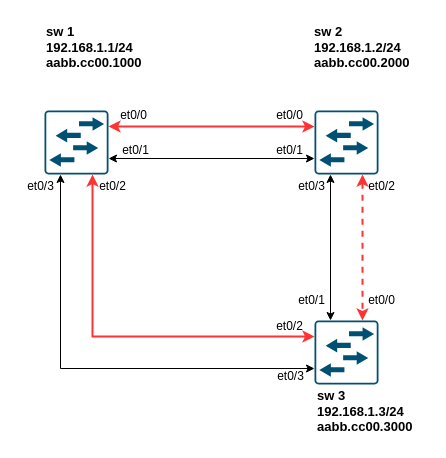
bashkirov83/otus-gitnetwork keeps this draw.io diagram as lab001_stp/schemes/lab001-stp.drawio. Above is the earlier version. Source tidied: cells renumbered, new cells numbered last; positions are measured from the earlier drawing's top-left corner, leaving out a move shared by most shapes. Both pictures are drawn from the tidied source at 100%, with x=0, y=0 at pixel (17, 17).
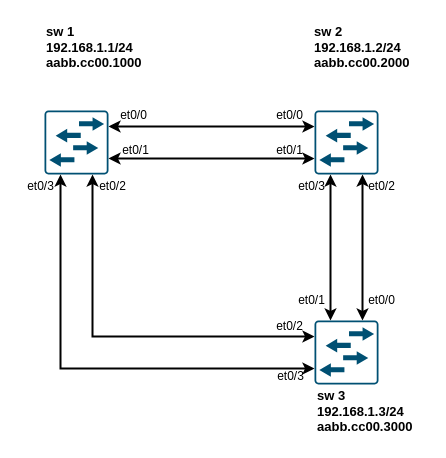
The same diagram, later.

Unchanged cells that the change refers to:
```xml
<mxCell id="3" style="points=[[0.015,0.015,0],[0.985,0.015,0],[0.985,0.985,0],[0.015,0.985,0],[0.25,0,0],[0.5,0,0],[0.75,0,0],[1,0.25,0],[1,0.5,0],[1,0.75,0],[0.75,1,0],[0.5,1,0],[0.25,1,0],[0,0.75,0],[0,0.5,0],[0,0.25,0]];verticalLabelPosition=bottom;html=1;verticalAlign=top;align=center;shape=mxgraph.cisco19.rect;prIcon=l2_switch;strokeColor=#005073;shadow=0;fillColor=none;" parent="1" vertex="1">
  <mxGeometry x="27" y="93" width="64" height="64" as="geometry" />
</mxCell>
<mxCell id="6" style="points=[[0.015,0.015,0],[0.985,0.015,0],[0.985,0.985,0],[0.015,0.985,0],[0.25,0,0],[0.5,0,0],[0.75,0,0],[1,0.25,0],[1,0.5,0],[1,0.75,0],[0.75,1,0],[0.5,1,0],[0.25,1,0],[0,0.75,0],[0,0.5,0],[0,0.25,0]];verticalLabelPosition=bottom;html=1;verticalAlign=top;align=center;shape=mxgraph.cisco19.rect;prIcon=l2_switch;strokeColor=#005073;shadow=0;fillColor=none;" parent="1" vertex="1">
  <mxGeometry x="297" y="93" width="64" height="64" as="geometry" />
</mxCell>
<mxCell id="8" style="points=[[0.015,0.015,0],[0.985,0.015,0],[0.985,0.985,0],[0.015,0.985,0],[0.25,0,0],[0.5,0,0],[0.75,0,0],[1,0.25,0],[1,0.5,0],[1,0.75,0],[0.75,1,0],[0.5,1,0],[0.25,1,0],[0,0.75,0],[0,0.5,0],[0,0.25,0]];verticalLabelPosition=bottom;html=1;verticalAlign=top;align=center;shape=mxgraph.cisco19.rect;prIcon=l2_switch;strokeColor=#005073;shadow=0;fillColor=none;" parent="1" vertex="1">
  <mxGeometry x="297" y="303" width="64" height="64" as="geometry" />
</mxCell>
```

Diff of the diagram source:
```diff
@@
-    <mxCell id="2" style="edgeStyle=orthogonalEdgeStyle;rounded=0;jettySize=auto;html=1;startArrow=classic;startFill=1;exitX=1;exitY=0.25;exitDx=0;exitDy=0;exitPerimeter=0;entryX=0;entryY=0.25;entryDx=0;entryDy=0;entryPerimeter=0;strokeColor=#FF3333;strokeWidth=2;" parent="1" edge="1" source="3" target="6">
+    <mxCell id="2" style="edgeStyle=orthogonalEdgeStyle;rounded=0;jettySize=auto;html=1;startArrow=classic;startFill=1;exitX=1;exitY=0.25;exitDx=0;exitDy=0;exitPerimeter=0;entryX=0;entryY=0.25;entryDx=0;entryDy=0;entryPerimeter=0;strokeColor=#000000;strokeWidth=2;" parent="1" edge="1" source="3" target="6">
       <mxGeometry relative="1" as="geometry" />
     </mxCell>
@@
-    <mxCell id="4" style="edgeStyle=orthogonalEdgeStyle;rounded=0;jettySize=auto;html=1;exitX=0.25;exitY=1;exitDx=0;exitDy=0;exitPerimeter=0;entryX=0.25;entryY=0;entryDx=0;entryDy=0;entryPerimeter=0;startArrow=classic;startFill=1;" parent="1" edge="1" source="6" target="8">
+    <mxCell id="4" style="edgeStyle=orthogonalEdgeStyle;rounded=0;jettySize=auto;html=1;exitX=0.25;exitY=1;exitDx=0;exitDy=0;exitPerimeter=0;entryX=0.25;entryY=0;entryDx=0;entryDy=0;entryPerimeter=0;startArrow=classic;startFill=1;strokeWidth=2;" parent="1" edge="1" source="6" target="8">
       <mxGeometry relative="1" as="geometry" />
     </mxCell>
-    <mxCell id="5" style="edgeStyle=orthogonalEdgeStyle;rounded=0;jettySize=auto;html=1;exitX=0.75;exitY=1;exitDx=0;exitDy=0;exitPerimeter=0;entryX=0.75;entryY=0;entryDx=0;entryDy=0;entryPerimeter=0;startArrow=classic;startFill=1;strokeColor=#FF3333;strokeWidth=2;dashed=1;" parent="1" edge="1" source="6" target="8">
+    <mxCell id="5" style="edgeStyle=orthogonalEdgeStyle;rounded=0;jettySize=auto;html=1;exitX=0.75;exitY=1;exitDx=0;exitDy=0;exitPerimeter=0;entryX=0.75;entryY=0;entryDx=0;entryDy=0;entryPerimeter=0;startArrow=classic;startFill=1;strokeColor=#000000;strokeWidth=2;" parent="1" edge="1" source="6" target="8">
       <mxGeometry relative="1" as="geometry" />
     </mxCell>
@@
-    <mxCell id="7" style="edgeStyle=orthogonalEdgeStyle;rounded=0;jettySize=auto;html=1;exitX=0;exitY=0.25;exitDx=0;exitDy=0;exitPerimeter=0;startArrow=classic;startFill=1;entryX=0.75;entryY=1;entryDx=0;entryDy=0;entryPerimeter=0;strokeColor=#FF3333;strokeWidth=2;" parent="1" edge="1" source="8" target="3">
+    <mxCell id="7" style="edgeStyle=orthogonalEdgeStyle;rounded=0;jettySize=auto;html=1;exitX=0;exitY=0.25;exitDx=0;exitDy=0;exitPerimeter=0;startArrow=classic;startFill=1;entryX=0.75;entryY=1;entryDx=0;entryDy=0;entryPerimeter=0;strokeColor=#000000;strokeWidth=2;" parent="1" edge="1" source="8" target="3">
       <mxGeometry relative="1" as="geometry" />
     </mxCell>
@@
-    <mxCell id="9" style="edgeStyle=orthogonalEdgeStyle;rounded=0;jettySize=auto;html=1;exitX=0;exitY=0.75;exitDx=0;exitDy=0;exitPerimeter=0;startArrow=classic;startFill=1;entryX=0.25;entryY=1;entryDx=0;entryDy=0;entryPerimeter=0;" parent="1" edge="1" source="8" target="3">
+    <mxCell id="9" style="edgeStyle=orthogonalEdgeStyle;rounded=0;jettySize=auto;html=1;exitX=0;exitY=0.75;exitDx=0;exitDy=0;exitPerimeter=0;startArrow=classic;startFill=1;entryX=0.25;entryY=1;entryDx=0;entryDy=0;entryPerimeter=0;strokeColor=#000000;strokeWidth=2;" parent="1" edge="1" source="8" target="3">
       <mxGeometry relative="1" as="geometry" />
     </mxCell>
-    <mxCell id="10" style="edgeStyle=orthogonalEdgeStyle;rounded=0;jettySize=auto;html=1;startArrow=classic;startFill=1;entryX=0;entryY=0.75;entryDx=0;entryDy=0;entryPerimeter=0;exitX=1;exitY=0.75;exitDx=0;exitDy=0;exitPerimeter=0;" parent="1" edge="1" source="3" target="6">
+    <mxCell id="10" style="edgeStyle=orthogonalEdgeStyle;rounded=0;jettySize=auto;html=1;startArrow=classic;startFill=1;entryX=0;entryY=0.75;entryDx=0;entryDy=0;entryPerimeter=0;exitX=1;exitY=0.75;exitDx=0;exitDy=0;exitPerimeter=0;strokeWidth=2;" parent="1" edge="1" source="3" target="6">
       <mxGeometry relative="1" as="geometry" />
     </mxCell>
```
